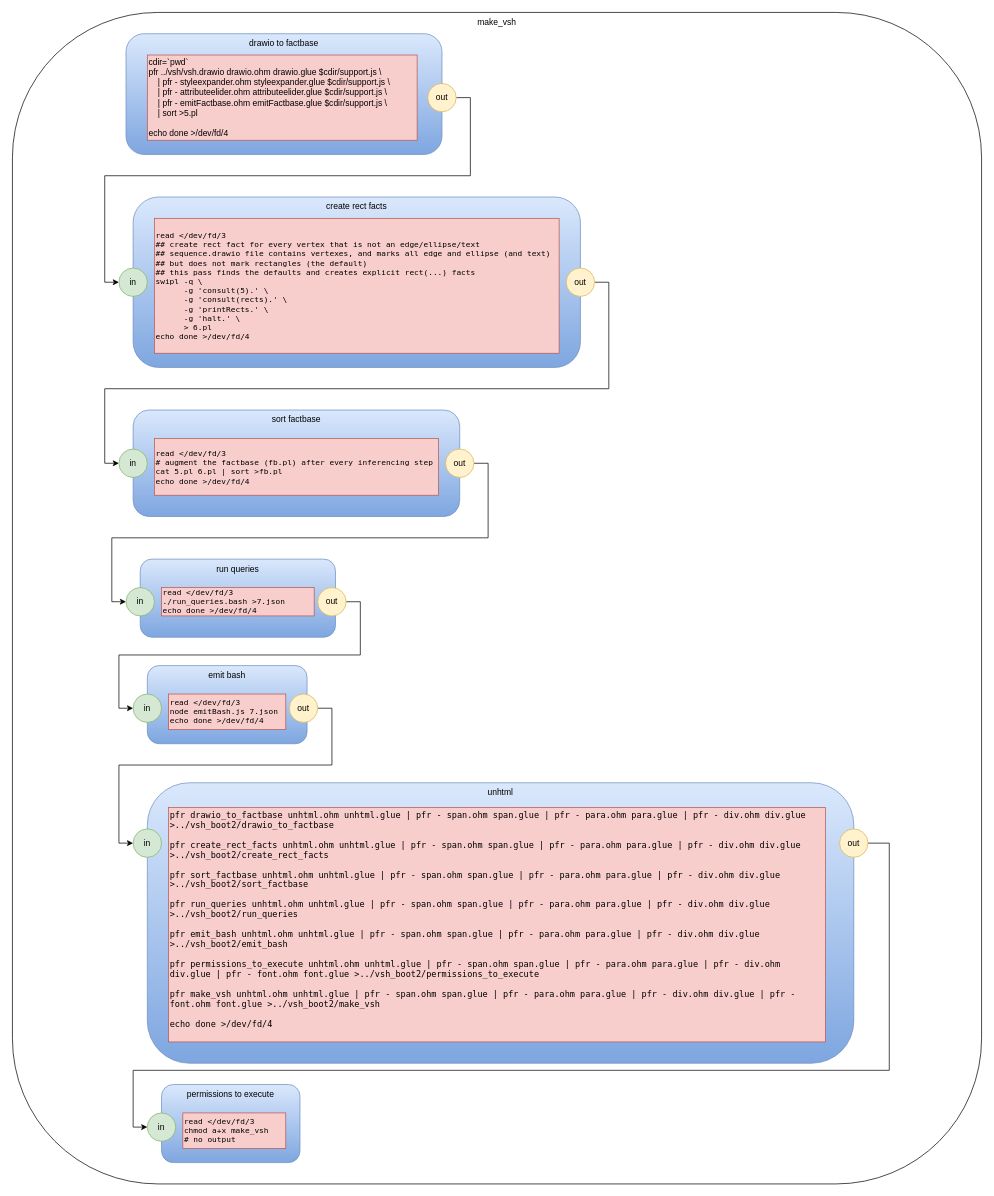
Before: vsh.drawio in guitarvydas/vsh, a draw.io diagram. Source tidied: cells renumbered, new cells numbered last; positions are measured from the earlier drawing's top-left corner, leaving out a move shared by most shapes. Both pictures are drawn from the tidied source at 71%, with x=0, y=0 at pixel (12, 12).
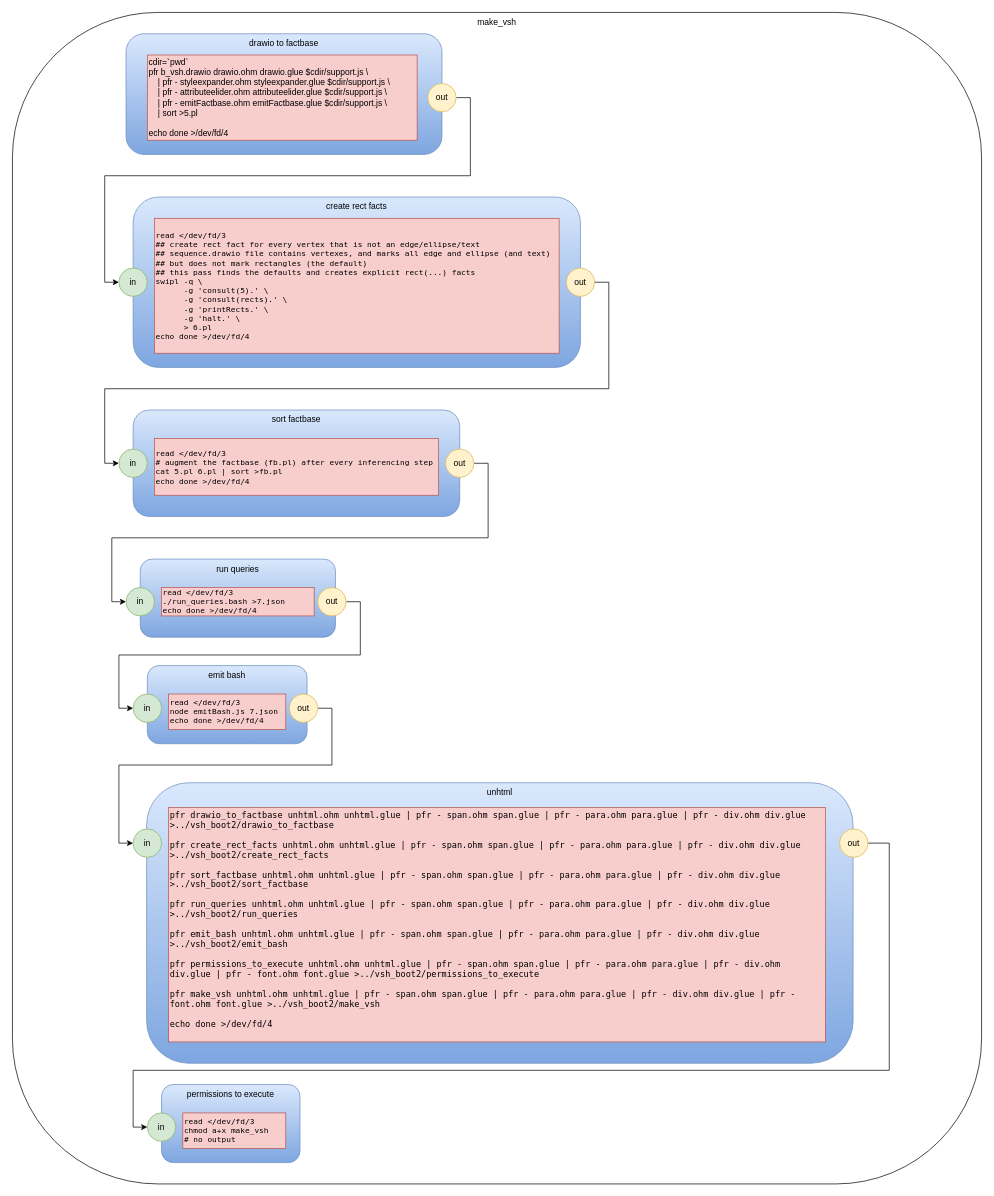
After the change.

Change to the diagram source:
```diff
@@
-    <mxCell id="4" value="&lt;div&gt;cdir=`pwd`&lt;/div&gt;&lt;div&gt;pfr ../vsh/vsh.drawio drawio.ohm drawio.glue $cdir/support.js \&lt;/div&gt;&lt;div&gt;&amp;nbsp; &amp;nbsp; | pfr - styleexpander.ohm styleexpander.glue $cdir/support.js \&lt;/div&gt;&lt;div&gt;&amp;nbsp; &amp;nbsp; | pfr - attributeelider.ohm attributeelider.glue $cdir/support.js \&lt;/div&gt;&lt;div&gt;&amp;nbsp; &amp;nbsp; | pfr - emitFactbase.ohm emitFactbase.glue $cdir/support.js \&lt;/div&gt;&lt;div&gt;&amp;nbsp; &amp;nbsp; | sort &amp;gt;5.pl&lt;/div&gt;&lt;div&gt;&lt;br&gt;&lt;/div&gt;echo done &amp;gt;/dev/fd/4" style="rounded=0;whiteSpace=wrap;html=1;fillColor=#f8cecc;strokeColor=#b85450;align=left;" parent="1" vertex="1">
+    <mxCell id="4" value="&lt;div&gt;cdir=`pwd`&lt;/div&gt;&lt;div&gt;pfr b_vsh.drawio drawio.ohm drawio.glue $cdir/support.js \&lt;/div&gt;&lt;div&gt;&amp;nbsp; &amp;nbsp; | pfr - styleexpander.ohm styleexpander.glue $cdir/support.js \&lt;/div&gt;&lt;div&gt;&amp;nbsp; &amp;nbsp; | pfr - attributeelider.ohm attributeelider.glue $cdir/support.js \&lt;/div&gt;&lt;div&gt;&amp;nbsp; &amp;nbsp; | pfr - emitFactbase.ohm emitFactbase.glue $cdir/support.js \&lt;/div&gt;&lt;div&gt;&amp;nbsp; &amp;nbsp; | sort &amp;gt;5.pl&lt;/div&gt;&lt;div&gt;&lt;br&gt;&lt;/div&gt;echo done &amp;gt;/dev/fd/4" style="rounded=0;whiteSpace=wrap;html=1;fillColor=#f8cecc;strokeColor=#b85450;align=left;" parent="1" vertex="1">
       <mxGeometry x="190" y="60" width="380" height="120" as="geometry" />
     </mxCell>
@@
     <mxCell id="27" value="unhtml" style="rounded=1;whiteSpace=wrap;html=1;gradientColor=#7ea6e0;fillColor=#dae8fc;strokeColor=#6c8ebf;verticalAlign=top;" parent="1" vertex="1">
-      <mxGeometry x="190" y="1085" width="995" height="395" as="geometry" />
+      <mxGeometry x="189" y="1085" width="995" height="395" as="geometry" />
     </mxCell>
```
